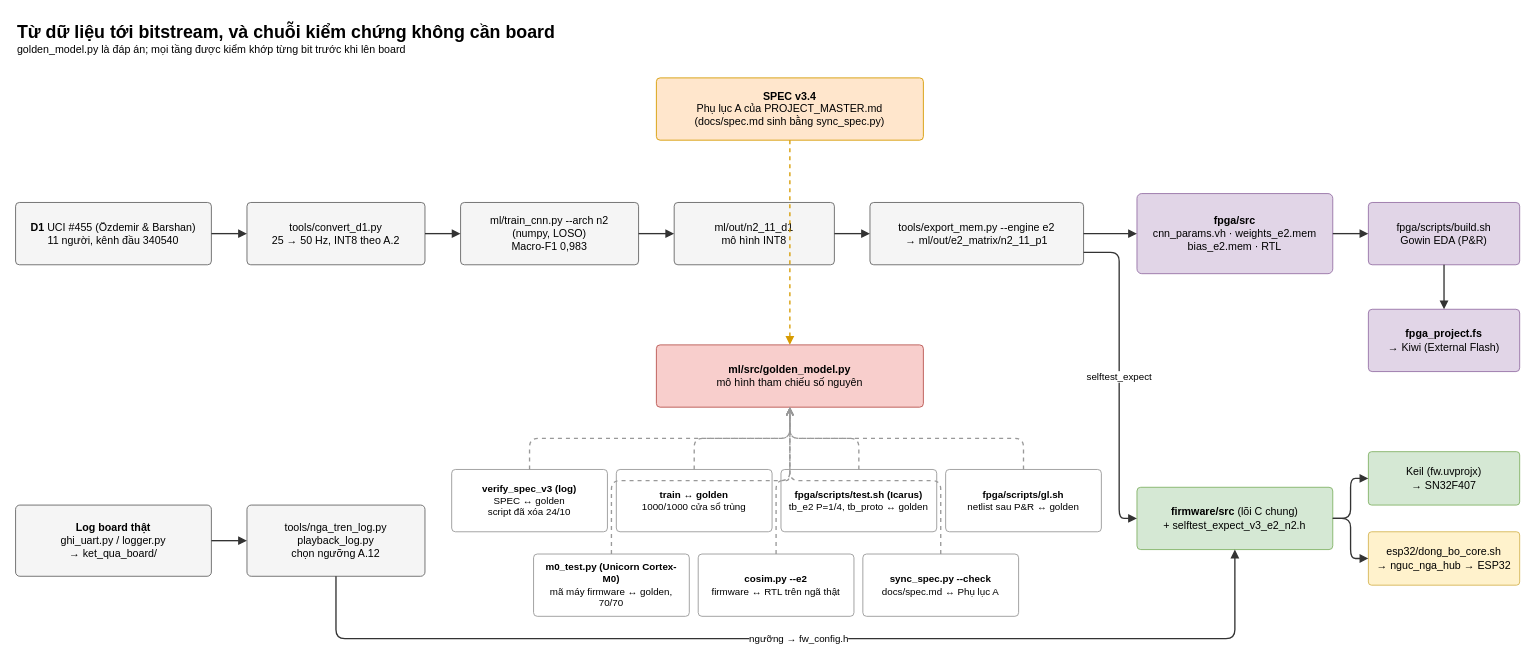
Earlier version of the draw.io diagram page "6. Mô hình → phần cứng & kiểm chứng" (6 of 8) of docs/so_do_he_thong.drawio (danhle396/fpga2026gowin). Source tidied: cells renumbered, new cells numbered last; positions are measured from the earlier drawing's top-left corner, leaving out a move shared by most shapes. Both pictures are drawn from the tidied source at 89%, with x=0, y=0 at pixel (15, 15).
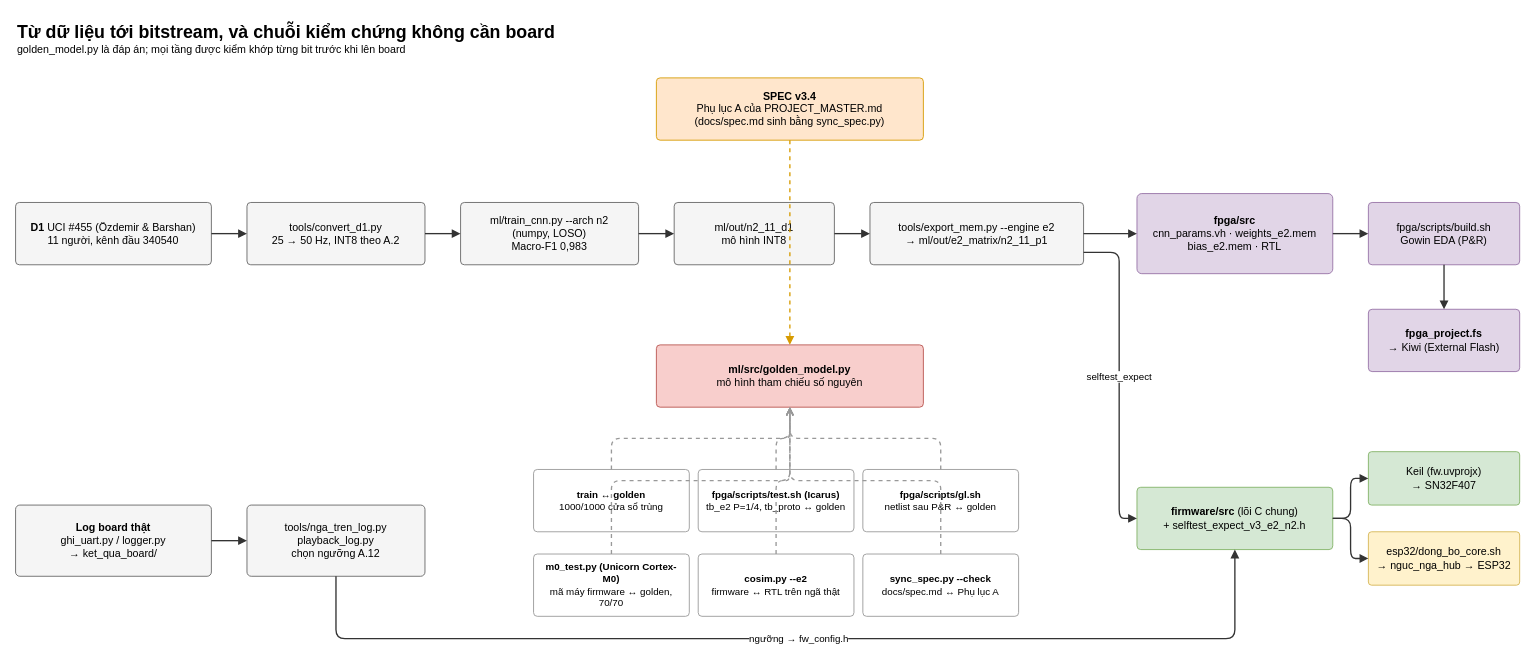
The same page after the edit.

Unchanged cells that the change refers to:
```xml
<mxCell id="9" value="&lt;b&gt;ml/src/golden_model.py&lt;/b&gt;&lt;br&gt;mô hình tham chiếu số nguyên" style="rounded=1;whiteSpace=wrap;html=1;arcSize=6;fillColor=#f8cecc;strokeColor=#b85450;verticalAlign=middle;align=center;spacing=6;fontSize=12;" parent="1" vertex="1">
  <mxGeometry x="720" y="370" width="300" height="70" as="geometry" />
</mxCell>
```

What changed in the source:
```diff
@@
-    <mxCell id="31" value="&lt;b&gt;verify_spec_v3 (log)&lt;/b&gt;&lt;br&gt;SPEC ↔ golden&lt;br&gt;script đã xóa 24/10" style="rounded=1;whiteSpace=wrap;html=1;arcSize=6;fillColor=#ffffff;strokeColor=#999999;verticalAlign=middle;align=center;spacing=6;fontSize=12;fontSize=11;" parent="1" vertex="1">
-      <mxGeometry x="490" y="510" width="175" height="70" as="geometry" />
-    </mxCell>
-    <mxCell id="32" style="edgeStyle=orthogonalEdgeStyle;rounded=1;html=1;endArrow=block;endFill=1;strokeColor=#999999;strokeWidth=1.5;fontSize=11;labelBackgroundColor=#ffffff;exitX=0.5;exitY=0;entryX=0.5;entryY=1;dashed=1;endArrow=open;" parent="1" edge="1" source="31" target="9">
-      <mxGeometry relative="1" as="geometry" />
-    </mxCell>
     <mxCell id="33" value="&lt;b&gt;train ↔ golden&lt;/b&gt;&lt;br&gt;1000/1000 cửa sổ trùng" style="rounded=1;whiteSpace=wrap;html=1;arcSize=6;fillColor=#ffffff;strokeColor=#999999;verticalAlign=middle;align=center;spacing=6;fontSize=12;fontSize=11;" parent="1" vertex="1">
-      <mxGeometry x="675" y="510" width="175" height="70" as="geometry" />
+      <mxGeometry x="582" y="510" width="175" height="70" as="geometry" />
     </mxCell>
@@
     <mxCell id="35" value="&lt;b&gt;fpga/scripts/test.sh (Icarus)&lt;/b&gt;&lt;br&gt;tb_e2 P=1/4, tb_proto ↔ golden" style="rounded=1;whiteSpace=wrap;html=1;arcSize=6;fillColor=#ffffff;strokeColor=#999999;verticalAlign=middle;align=center;spacing=6;fontSize=12;fontSize=11;" parent="1" vertex="1">
-      <mxGeometry x="860" y="510" width="175" height="70" as="geometry" />
+      <mxGeometry x="767" y="510" width="175" height="70" as="geometry" />
     </mxCell>
@@
     <mxCell id="37" value="&lt;b&gt;fpga/scripts/gl.sh&lt;/b&gt;&lt;br&gt;netlist sau P&amp;amp;R ↔ golden" style="rounded=1;whiteSpace=wrap;html=1;arcSize=6;fillColor=#ffffff;strokeColor=#999999;verticalAlign=middle;align=center;spacing=6;fontSize=12;fontSize=11;" parent="1" vertex="1">
-      <mxGeometry x="1045" y="510" width="175" height="70" as="geometry" />
+      <mxGeometry x="952" y="510" width="175" height="70" as="geometry" />
     </mxCell>
```
